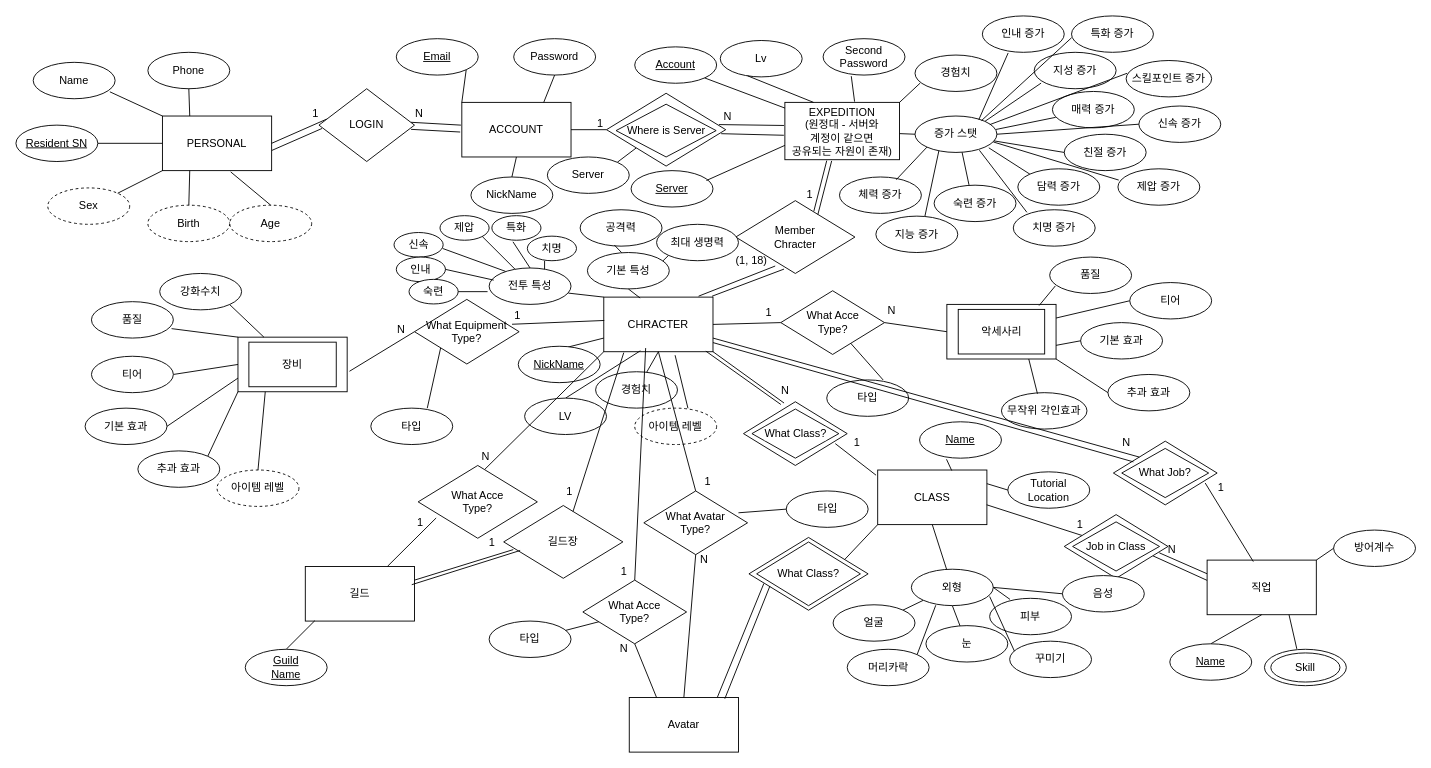
Before: ER다이어그램(DrawIO).drawio in Asias-ara/Database-Term-Project, a draw.io diagram. Source tidied: cells renumbered, new cells numbered last; positions are measured from the earlier drawing's top-left corner, leaving out a move shared by most shapes. Both pictures are drawn from the tidied source at 91%, with x=0, y=0 at pixel (15, 15).
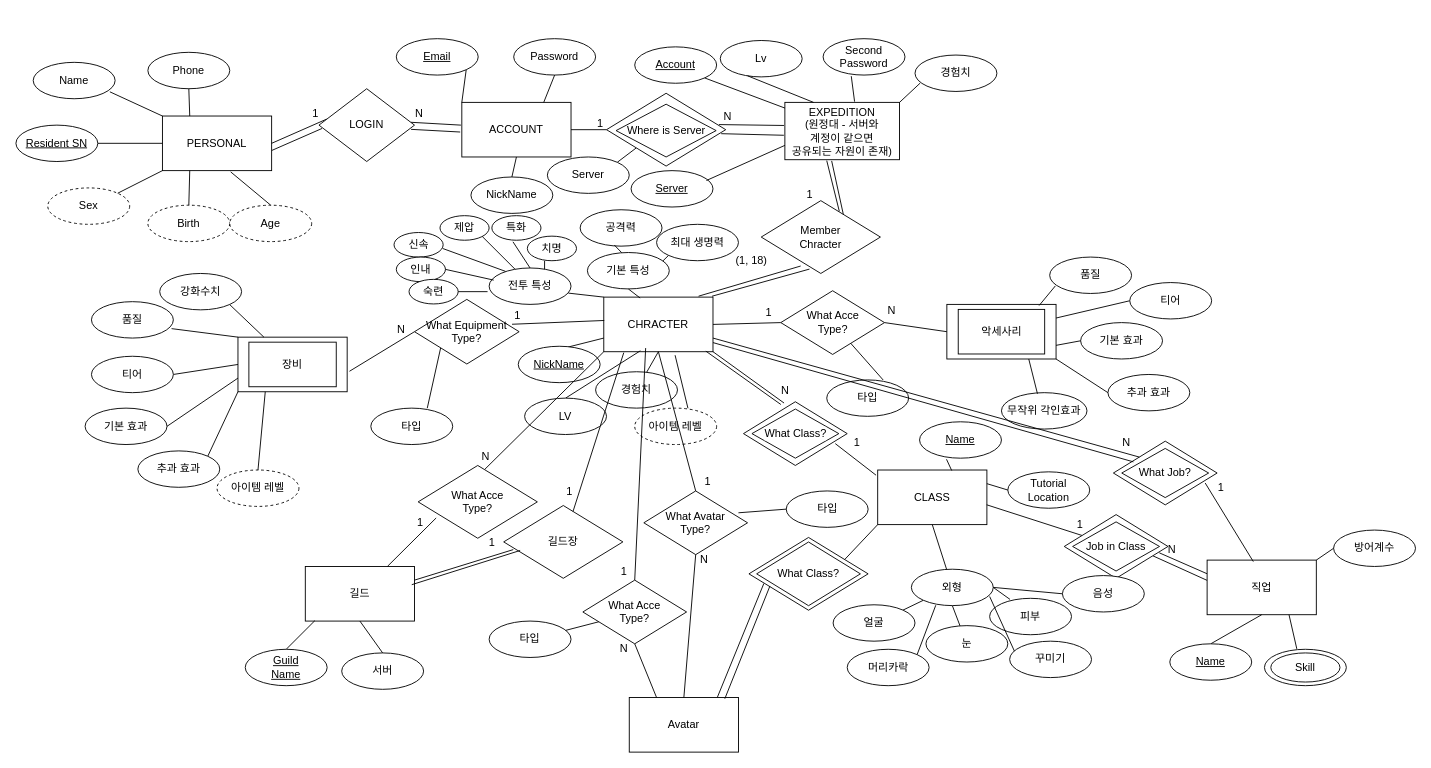
Above is the later version.

Unchanged cells that the change refers to:
```xml
<mxCell id="4" value="EXPEDITION&lt;br&gt;(원정대 - 서버와&lt;br&gt;계정이 같으면&lt;br&gt;공유되는 자원이 존재)" style="rounded=0;whiteSpace=wrap;html=1;" parent="1" vertex="1">
  <mxGeometry x="845" y="95" width="126" height="63" as="geometry" />
</mxCell>
<mxCell id="126" value="길드" style="rounded=0;whiteSpace=wrap;html=1;" parent="1" vertex="1">
  <mxGeometry x="318" y="605" width="120" height="60" as="geometry" />
</mxCell>
```

Diff of the diagram source:
```diff
@@
-    <mxCell id="38" style="endArrow=none;html=1;rounded=0;entryX=0.084;entryY=0.846;entryDx=0;entryDy=0;exitX=1;exitY=0;exitDx=0;exitDy=0;entryPerimeter=0;" parent="1" edge="1" source="74" target="62">
-      <mxGeometry relative="1" as="geometry" />
-    </mxCell>
-    <mxCell id="39" style="endArrow=none;html=1;rounded=0;entryX=0;entryY=0.5;entryDx=0;entryDy=0;exitX=1.001;exitY=0.545;exitDx=0;exitDy=0;exitPerimeter=0;" parent="1" edge="1" source="4" target="74">
-      <mxGeometry relative="1" as="geometry" />
-    </mxCell>
@@
-    <mxCell id="50" value="스킬포인트 증가" style="ellipse;whiteSpace=wrap;html=1;" parent="1" vertex="1">
-      <mxGeometry x="1220" y="49" width="94" height="40" as="geometry" />
-    </mxCell>
-    <mxCell id="51" value="숙련 증가" style="ellipse;whiteSpace=wrap;html=1;" parent="1" vertex="1">
-      <mxGeometry x="1009" y="186" width="90" height="40" as="geometry" />
-    </mxCell>
-    <mxCell id="52" value="인내 증가" style="ellipse;whiteSpace=wrap;html=1;" parent="1" vertex="1">
-      <mxGeometry x="1062" width="90" height="40" as="geometry" />
-    </mxCell>
-    <mxCell id="53" value="신속 증가" style="ellipse;whiteSpace=wrap;html=1;" parent="1" vertex="1">
-      <mxGeometry x="1234" y="99" width="90" height="40" as="geometry" />
-    </mxCell>
-    <mxCell id="54" value="제압 증가" style="ellipse;whiteSpace=wrap;html=1;" parent="1" vertex="1">
-      <mxGeometry x="1211" y="168" width="90" height="40" as="geometry" />
-    </mxCell>
-    <mxCell id="55" value="특화 증가" style="ellipse;whiteSpace=wrap;html=1;" parent="1" vertex="1">
-      <mxGeometry x="1160" width="90" height="40" as="geometry" />
-    </mxCell>
-    <mxCell id="56" value="치명 증가" style="ellipse;whiteSpace=wrap;html=1;" parent="1" vertex="1">
-      <mxGeometry x="1096" y="213" width="90" height="40" as="geometry" />
-    </mxCell>
-    <mxCell id="57" value="체력 증가" style="ellipse;whiteSpace=wrap;html=1;" parent="1" vertex="1">
-      <mxGeometry x="905" y="177" width="90" height="40" as="geometry" />
-    </mxCell>
-    <mxCell id="58" value="지능 증가" style="ellipse;whiteSpace=wrap;html=1;" parent="1" vertex="1">
-      <mxGeometry x="945" y="220" width="90" height="40" as="geometry" />
-    </mxCell>
-    <mxCell id="59" value="담력 증가" style="ellipse;whiteSpace=wrap;html=1;" parent="1" vertex="1">
-      <mxGeometry x="1101" y="168" width="90" height="40" as="geometry" />
-    </mxCell>
-    <mxCell id="60" value="친절 증가" style="ellipse;whiteSpace=wrap;html=1;" parent="1" vertex="1">
-      <mxGeometry x="1152" y="130" width="90" height="40" as="geometry" />
-    </mxCell>
-    <mxCell id="61" value="매력 증가" style="ellipse;whiteSpace=wrap;html=1;" parent="1" vertex="1">
-      <mxGeometry x="1139" y="83" width="90" height="40" as="geometry" />
-    </mxCell>
-    <mxCell id="62" value="지성 증가" style="ellipse;whiteSpace=wrap;html=1;" parent="1" vertex="1">
-      <mxGeometry x="1119" y="40" width="90" height="40" as="geometry" />
-    </mxCell>
@@
     <mxCell id="64" value="Member&lt;br&gt;Chracter" style="rhombus;whiteSpace=wrap;html=1;" parent="1" vertex="1">
-      <mxGeometry x="791" y="203" width="131" height="80" as="geometry" />
+      <mxGeometry x="819" y="203" width="131" height="80" as="geometry" />
     </mxCell>
@@
-    <mxCell id="74" value="증가 스탯" style="ellipse;whiteSpace=wrap;html=1;" parent="1" vertex="1">
-      <mxGeometry x="988" y="110" width="90" height="40" as="geometry" />
-    </mxCell>
-    <mxCell id="75" style="endArrow=none;html=1;rounded=0;entryX=0.011;entryY=0.351;entryDx=0;entryDy=0;exitX=0.913;exitY=0.236;exitDx=0;exitDy=0;exitPerimeter=0;entryPerimeter=0;" parent="1" edge="1" source="74" target="50">
-      <mxGeometry relative="1" as="geometry" />
-    </mxCell>
-    <mxCell id="76" style="endArrow=none;html=1;rounded=0;entryX=0;entryY=0.5;entryDx=0;entryDy=0;exitX=1;exitY=0.5;exitDx=0;exitDy=0;" parent="1" edge="1" source="74" target="53">
-      <mxGeometry relative="1" as="geometry" />
-    </mxCell>
-    <mxCell id="77" style="endArrow=none;html=1;rounded=0;entryX=0;entryY=1;entryDx=0;entryDy=0;exitX=0.693;exitY=0.075;exitDx=0;exitDy=0;exitPerimeter=0;" parent="1" edge="1" source="57" target="74">
-      <mxGeometry relative="1" as="geometry" />
-    </mxCell>
-    <mxCell id="78" style="endArrow=none;html=1;rounded=0;entryX=0.291;entryY=0.96;entryDx=0;entryDy=0;exitX=0.599;exitY=0;exitDx=0;exitDy=0;exitPerimeter=0;entryPerimeter=0;" parent="1" edge="1" source="58" target="74">
-      <mxGeometry relative="1" as="geometry" />
-    </mxCell>
-    <mxCell id="79" style="endArrow=none;html=1;rounded=0;entryX=0.575;entryY=0.998;entryDx=0;entryDy=0;exitX=0.426;exitY=-0.007;exitDx=0;exitDy=0;exitPerimeter=0;entryPerimeter=0;" parent="1" edge="1" source="51" target="74">
-      <mxGeometry relative="1" as="geometry" />
-    </mxCell>
-    <mxCell id="80" style="endArrow=none;html=1;rounded=0;entryX=0.786;entryY=0.94;entryDx=0;entryDy=0;exitX=0.166;exitY=0.07;exitDx=0;exitDy=0;exitPerimeter=0;entryPerimeter=0;" parent="1" edge="1" source="56" target="74">
-      <mxGeometry relative="1" as="geometry" />
-    </mxCell>
-    <mxCell id="81" style="endArrow=none;html=1;rounded=0;entryX=0.901;entryY=0.874;entryDx=0;entryDy=0;exitX=0;exitY=0;exitDx=0;exitDy=0;entryPerimeter=0;" parent="1" edge="1" source="59" target="74">
-      <mxGeometry relative="1" as="geometry" />
-    </mxCell>
-    <mxCell id="82" style="endArrow=none;html=1;rounded=0;entryX=0.964;entryY=0.683;entryDx=0;entryDy=0;exitX=0;exitY=0.5;exitDx=0;exitDy=0;entryPerimeter=0;" parent="1" edge="1" source="60" target="74">
-      <mxGeometry relative="1" as="geometry" />
-    </mxCell>
-    <mxCell id="83" style="endArrow=none;html=1;rounded=0;entryX=0.989;entryY=0.369;entryDx=0;entryDy=0;exitX=0.04;exitY=0.711;exitDx=0;exitDy=0;entryPerimeter=0;exitPerimeter=0;" parent="1" edge="1" source="61" target="74">
-      <mxGeometry relative="1" as="geometry" />
-    </mxCell>
-    <mxCell id="84" style="endArrow=none;html=1;rounded=0;entryX=0.956;entryY=0.712;entryDx=0;entryDy=0;exitX=0.01;exitY=0.31;exitDx=0;exitDy=0;entryPerimeter=0;exitPerimeter=0;" parent="1" edge="1" source="54" target="74">
-      <mxGeometry relative="1" as="geometry" />
-    </mxCell>
-    <mxCell id="85" style="endArrow=none;html=1;rounded=0;entryX=0.315;entryY=1.018;entryDx=0;entryDy=0;exitX=0.778;exitY=0.106;exitDx=0;exitDy=0;entryPerimeter=0;exitPerimeter=0;" parent="1" edge="1" source="74" target="52">
-      <mxGeometry relative="1" as="geometry" />
-    </mxCell>
-    <mxCell id="86" style="endArrow=none;html=1;rounded=0;entryX=0.001;entryY=0.599;entryDx=0;entryDy=0;exitX=0.812;exitY=0.125;exitDx=0;exitDy=0;entryPerimeter=0;exitPerimeter=0;" parent="1" edge="1" source="74" target="55">
-      <mxGeometry relative="1" as="geometry" />
-    </mxCell>
@@
+    <mxCell id="235" value="서버" style="ellipse;whiteSpace=wrap;html=1;fontStyle=0;" parent="1" vertex="1">
+      <mxGeometry x="358" y="700" width="90" height="40" as="geometry" />
+    </mxCell>
+    <mxCell id="236" style="endArrow=none;html=1;rounded=0;entryX=0.5;entryY=1;entryDx=0;entryDy=0;exitX=0.5;exitY=0;exitDx=0;exitDy=0;" parent="1" edge="1" source="235" target="126">
+      <mxGeometry relative="1" as="geometry" />
+    </mxCell>
```
